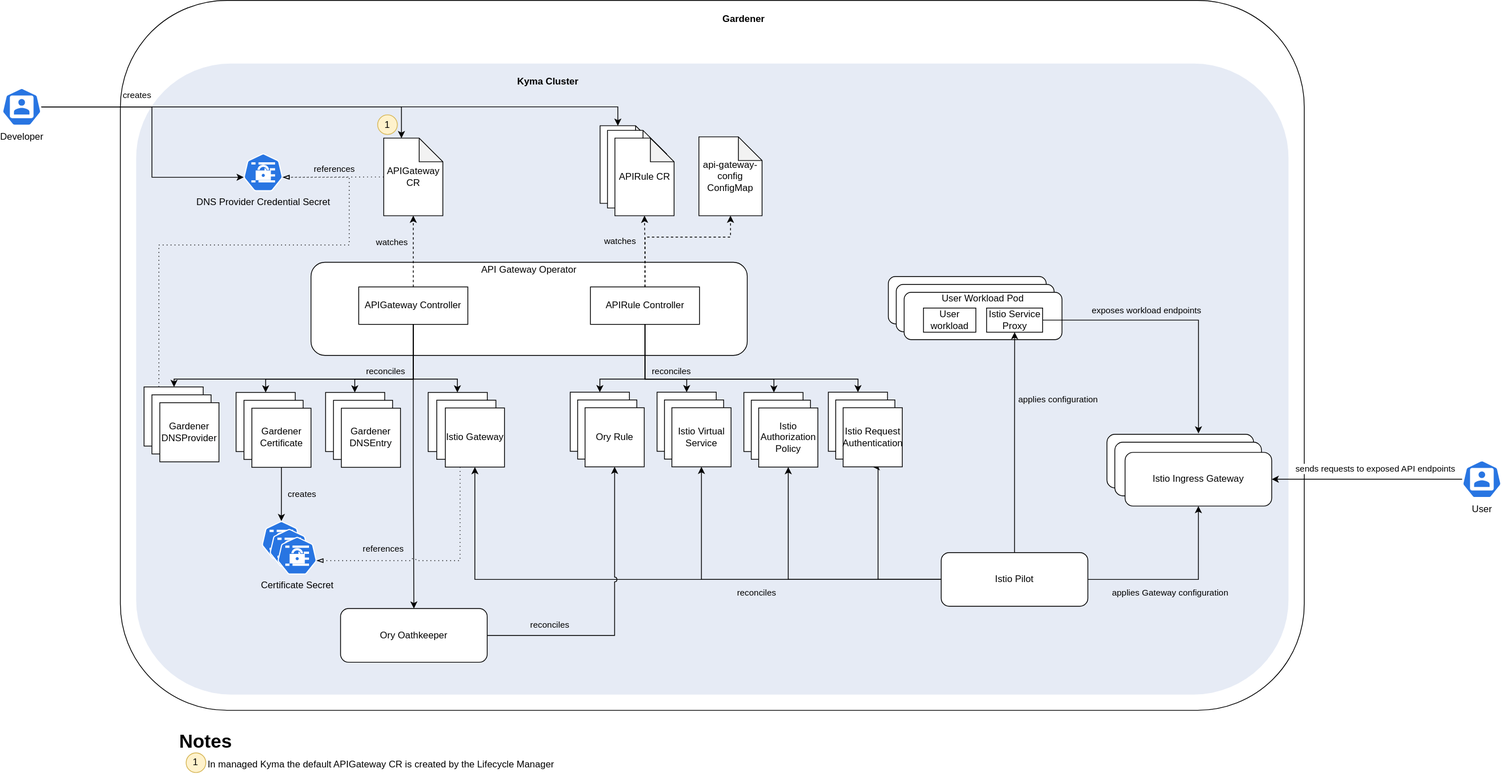
This is docs/assets/operator-contributor-skr-overview.svg from kyma-project/api-gateway, a draw.io export, as it was before one commit. Source tidied: cells renumbered, new cells last; positions are measured from the earlier drawing's top-left corner, leaving out a move shared by most shapes.
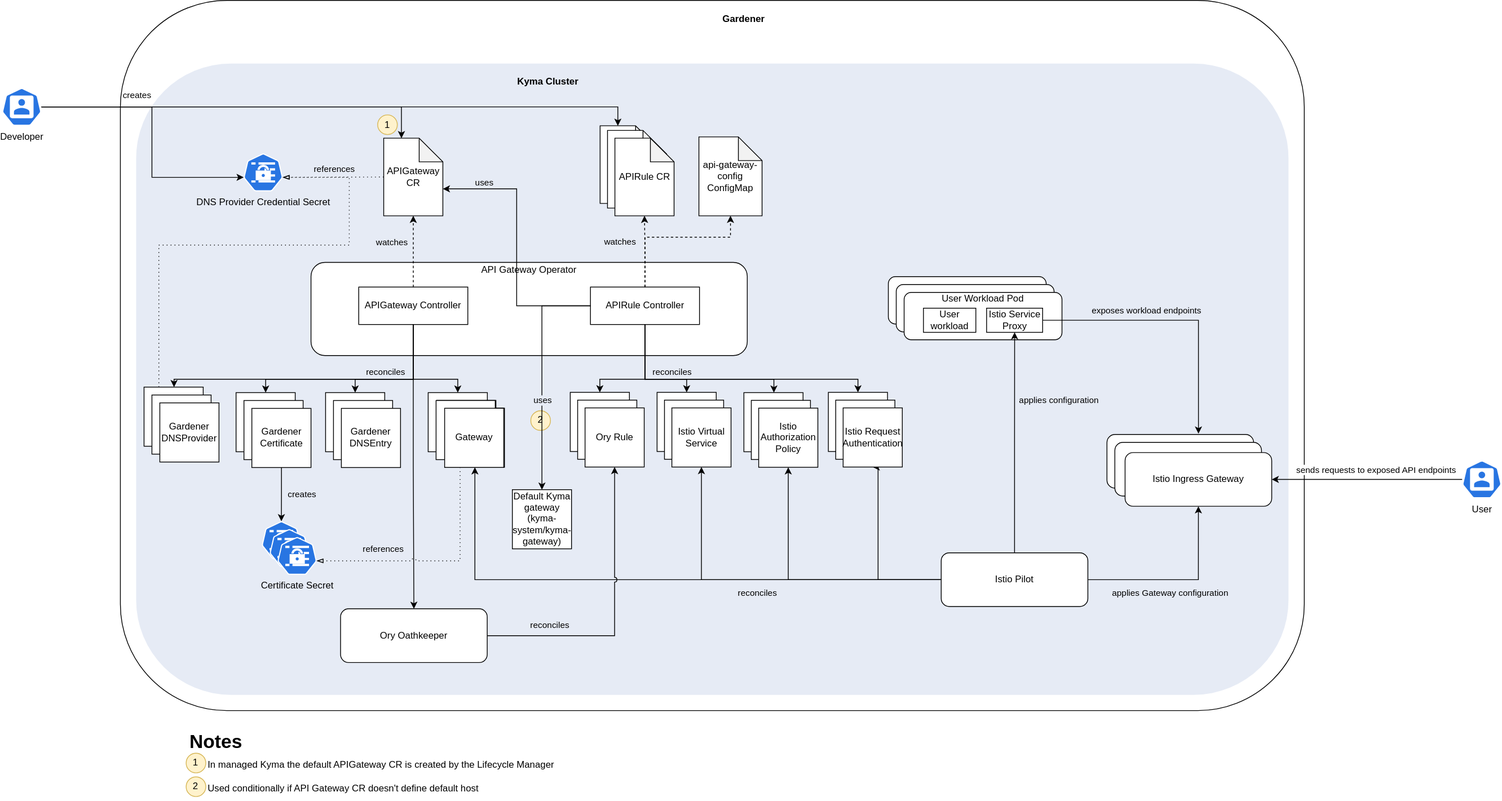
After the commit.

Change to the diagram source:
```diff
@@ -76,6 +76,9 @@
     <mxCell id="22" value="APIRule Controller" style="rounded=0;whiteSpace=wrap;html=1;" parent="18" vertex="1">
       <mxGeometry x="354" y="31.2" width="138.2" height="47.5" as="geometry" />
     </mxCell>
+    <mxCell id="123" value="2" style="ellipse;whiteSpace=wrap;html=1;fillStyle=auto;fillColor=#fff2cc;strokeColor=#d6b656;" parent="18" vertex="1">
+      <mxGeometry x="278.5" y="188" width="24.9" height="24.9" as="geometry" />
+    </mxCell>
     <mxCell id="23" style="edgeStyle=orthogonalEdgeStyle;rounded=0;jettySize=auto;html=1;entryX=0.5;entryY=1;entryDx=0;entryDy=0;entryPerimeter=0;dashed=1;" parent="1" edge="1" source="21" target="17">
       <mxGeometry relative="1" as="geometry" />
     </mxCell>
@@ -113,16 +116,16 @@
       </mxGeometry>
     </mxCell>
     <mxCell id="32" style="group;" parent="1" vertex="1">
-      <mxGeometry x="219.9" y="920" width="849.4" height="64" as="geometry" />
+      <mxGeometry x="219.9" y="920" width="849.4" height="94" as="geometry" />
     </mxCell>
     <mxCell id="33" style="group;" parent="32" vertex="1">
-      <mxGeometry width="849.4" height="64" as="geometry" />
+      <mxGeometry width="849.4" height="94" as="geometry" />
     </mxCell>
     <mxCell id="34" value="In managed Kyma the default APIGateway CR is created by the Lifecycle Manager" style="text;html=1;strokeColor=none;fillColor=none;align=left;verticalAlign=middle;whiteSpace=wrap;rounded=0;fillStyle=auto;" parent="33" vertex="1">
       <mxGeometry x="39.3" y="34" width="810.1" height="30" as="geometry" />
     </mxCell>
     <mxCell id="35" value="&lt;h1&gt;Notes&lt;/h1&gt;" style="text;html=1;strokeColor=none;fillColor=none;spacing=5;spacingTop=-20;whiteSpace=wrap;overflow=hidden;rounded=0;fillStyle=auto;" parent="33" vertex="1">
-      <mxGeometry width="367" height="33" as="geometry" />
+      <mxGeometry x="13.4" width="367" height="33" as="geometry" />
     </mxCell>
     <mxCell id="36" value="1" style="ellipse;whiteSpace=wrap;html=1;fillStyle=auto;fillColor=#fff2cc;strokeColor=#d6b656;" parent="33" vertex="1">
       <mxGeometry x="13.4" y="34" width="24.9" height="24.9" as="geometry" />
@@ -460,5 +463,42 @@
         <mxPoint x="18" y="-16" as="offset" />
       </mxGeometry>
     </mxCell>
+    <mxCell id="124" style="group;" parent="1" vertex="1">
+      <mxGeometry x="550" y="507" width="96.7" height="94.6" as="geometry" />
+    </mxCell>
+    <mxCell id="125" value="Gateway" style="whiteSpace=wrap;html=1;fillColor=default;gradientColor=none;" parent="124" vertex="1">
+      <mxGeometry width="74.9" height="74.9" as="geometry" />
+    </mxCell>
+    <mxCell id="126" value="Gateway" style="whiteSpace=wrap;html=1;fillColor=default;gradientColor=none;" parent="124" vertex="1">
+      <mxGeometry x="10.9" y="9.8" width="74.9" height="74.9" as="geometry" />
+    </mxCell>
+    <mxCell id="127" value="Default Kyma gateway (kyma-system/kyma-gateway)" style="whiteSpace=wrap;html=1;fillColor=default;gradientColor=none;" parent="1" vertex="1">
+      <mxGeometry x="646.7" y="620" width="74.9" height="74.9" as="geometry" />
+    </mxCell>
+    <mxCell id="128" style="edgeStyle=orthogonalEdgeStyle;rounded=0;jettySize=auto;html=1;entryX=0.5;entryY=0;entryDx=0;entryDy=0;" parent="1" edge="1" source="22" target="127">
+      <mxGeometry relative="1" as="geometry" />
+    </mxCell>
+    <mxCell id="129" value="uses" style="edgeLabel;html=1;align=center;verticalAlign=middle;labelBackgroundColor=#E6EBF5;" parent="128" vertex="1">
+      <mxGeometry x="0.29" relative="1" as="geometry">
+        <mxPoint y="-8" as="offset" />
+      </mxGeometry>
+    </mxCell>
+    <mxCell id="130" style="edgeStyle=orthogonalEdgeStyle;rounded=0;jettySize=auto;html=1;entryX=0;entryY=0;entryDx=74.94736842105264;entryDy=64.19354838709677;entryPerimeter=0;" parent="1" edge="1" source="22" target="17">
+      <mxGeometry relative="1" as="geometry" />
+    </mxCell>
+    <mxCell id="131" value="uses" style="edgeLabel;html=1;align=center;verticalAlign=middle;labelBackgroundColor=none;" parent="130" vertex="1">
+      <mxGeometry x="0.02" y="3" relative="1" as="geometry">
+        <mxPoint x="-39" y="-80" as="offset" />
+      </mxGeometry>
+    </mxCell>
+    <mxCell id="132" style="group;" parent="1" vertex="1">
+      <mxGeometry x="219.9" y="950" width="849.4" height="64" as="geometry" />
+    </mxCell>
+    <mxCell id="133" value="2" style="ellipse;whiteSpace=wrap;html=1;fillStyle=auto;fillColor=#fff2cc;strokeColor=#d6b656;" parent="132" vertex="1">
+      <mxGeometry x="13.4" y="34" width="24.9" height="24.9" as="geometry" />
+    </mxCell>
+    <mxCell id="134" value="Used conditionally if API Gateway CR doesn't define default host" style="text;html=1;strokeColor=none;fillColor=none;align=left;verticalAlign=middle;whiteSpace=wrap;rounded=0;fillStyle=auto;" parent="132" vertex="1">
+      <mxGeometry x="39.3" y="34" width="810.1" height="30" as="geometry" />
+    </mxCell>
   </root>
 </mxGraphModel>
```
